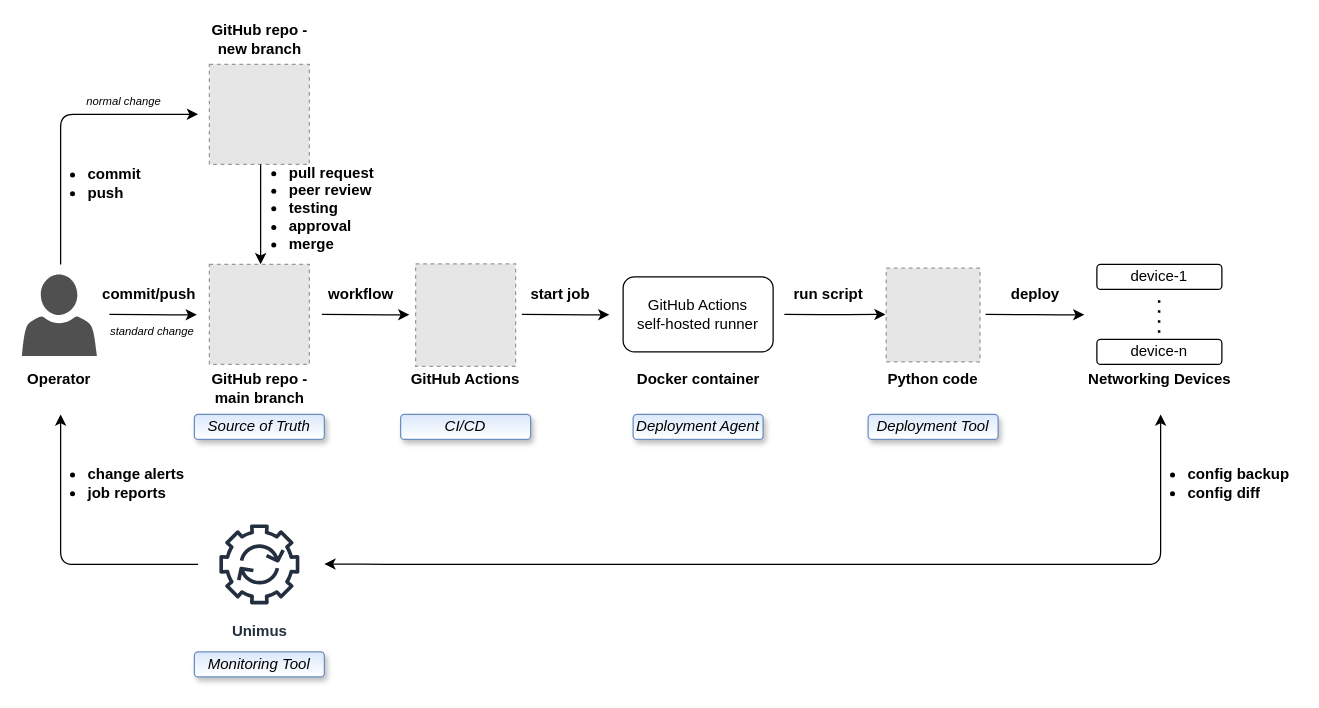
gdmoney/network-automation-github-actions keeps this draw.io diagram as diagram-network-automation-github-actions.drawio. Above is the earlier version. Source tidied: cells renumbered, new cells numbered last; positions are measured from the earlier drawing's top-left corner, leaving out a move shared by most shapes. Both pictures are drawn from the tidied source at 125%, with x=0, y=0 at pixel (21, 26). Pictures stored in the file or linked from it are replaced by grey dashed boxes.
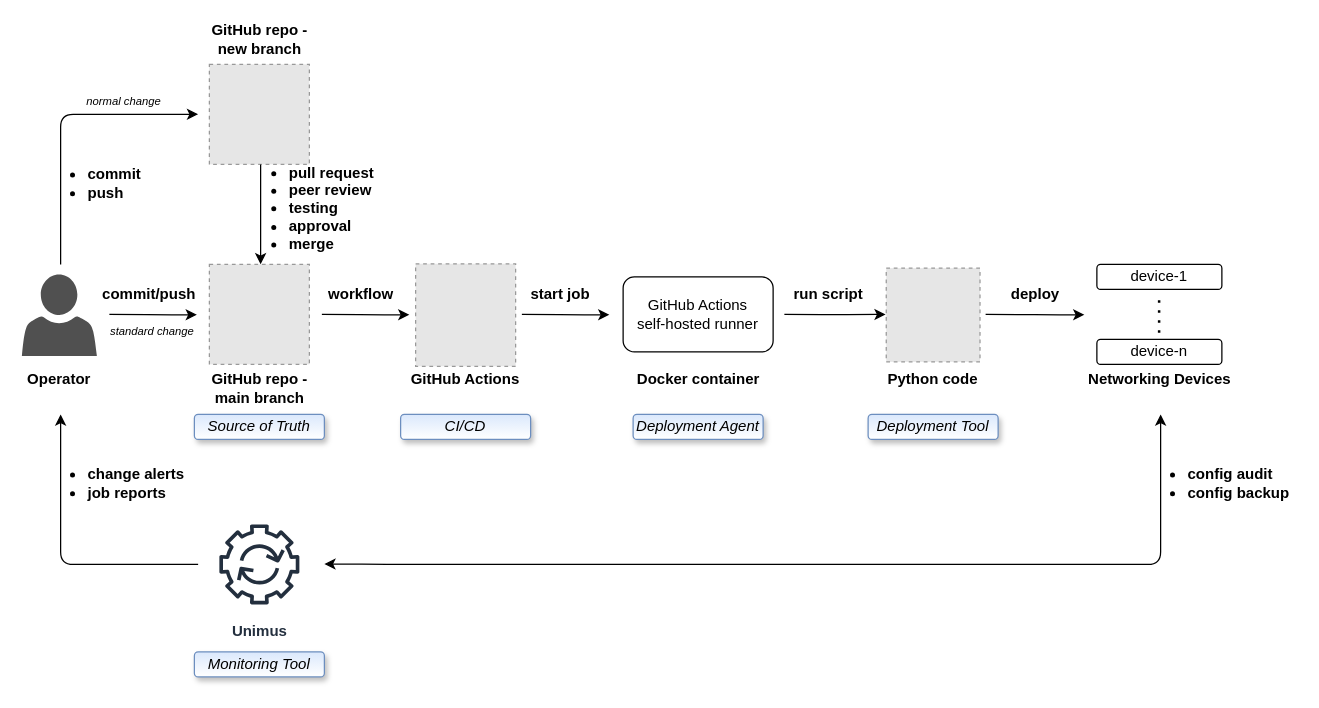
After the change.

Change to the diagram source:
```diff
@@
-    <mxCell id="42" value="&lt;ul&gt;&lt;li&gt;&lt;b&gt;config backup&lt;/b&gt;&lt;/li&gt;&lt;li&gt;&lt;b&gt;config diff&lt;/b&gt;&lt;/li&gt;&lt;/ul&gt;" style="text;html=1;strokeColor=none;fillColor=none;align=left;verticalAlign=middle;whiteSpace=wrap;rounded=0;" parent="1" vertex="1">
+    <mxCell id="42" value="&lt;ul&gt;&lt;li&gt;&lt;b&gt;config audit&lt;/b&gt;&lt;/li&gt;&lt;li&gt;&lt;b&gt;config backup&lt;/b&gt;&lt;/li&gt;&lt;/ul&gt;" style="text;html=1;strokeColor=none;fillColor=none;align=left;verticalAlign=middle;whiteSpace=wrap;rounded=0;" parent="1" vertex="1">
       <mxGeometry x="891" y="350" width="130" height="30" as="geometry" />
     </mxCell>
```
